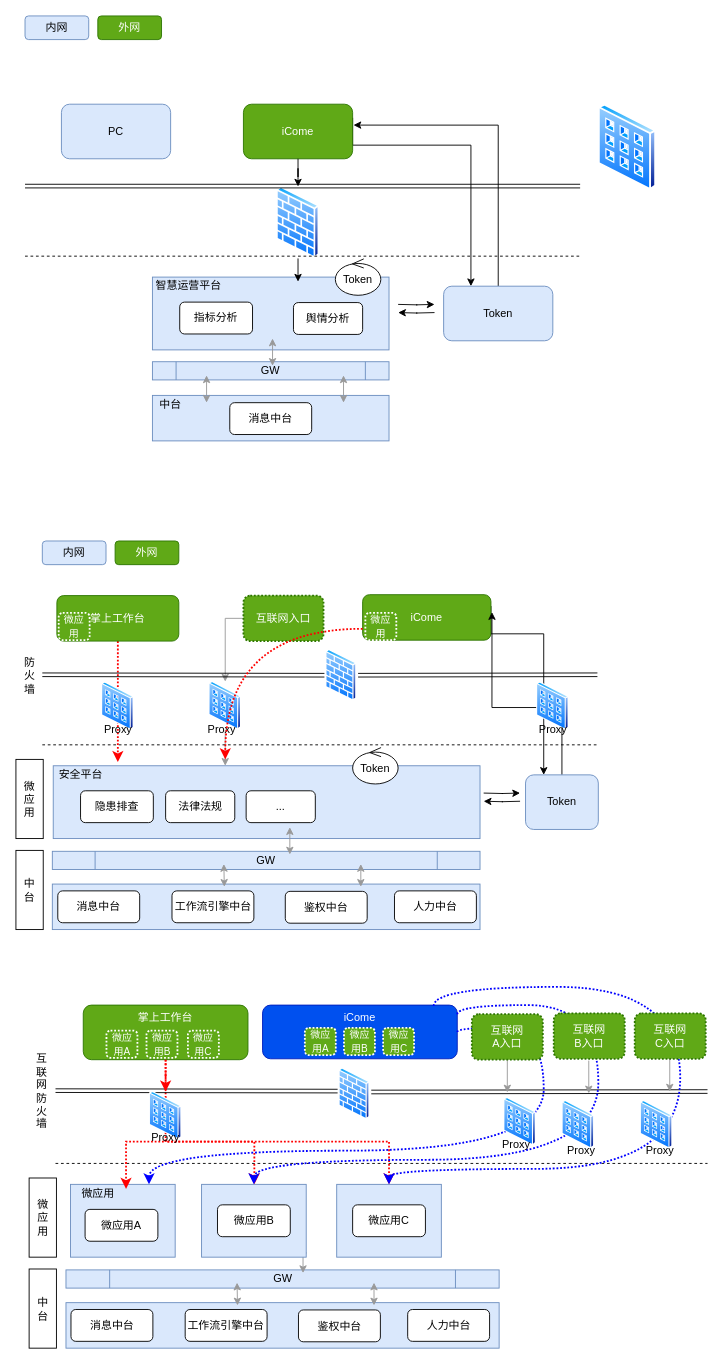
The draw.io diagram page "第 25 页" (25 of 27) of MQ服务.drawio in chinadragonsjz/project, before the edit. Source tidied: cells renumbered, new cells numbered last; positions are measured from the earlier drawing's top-left corner, leaving out a move shared by most shapes. Both pictures are drawn from the tidied source at 91%, with x=0, y=0 at pixel (15, 15).
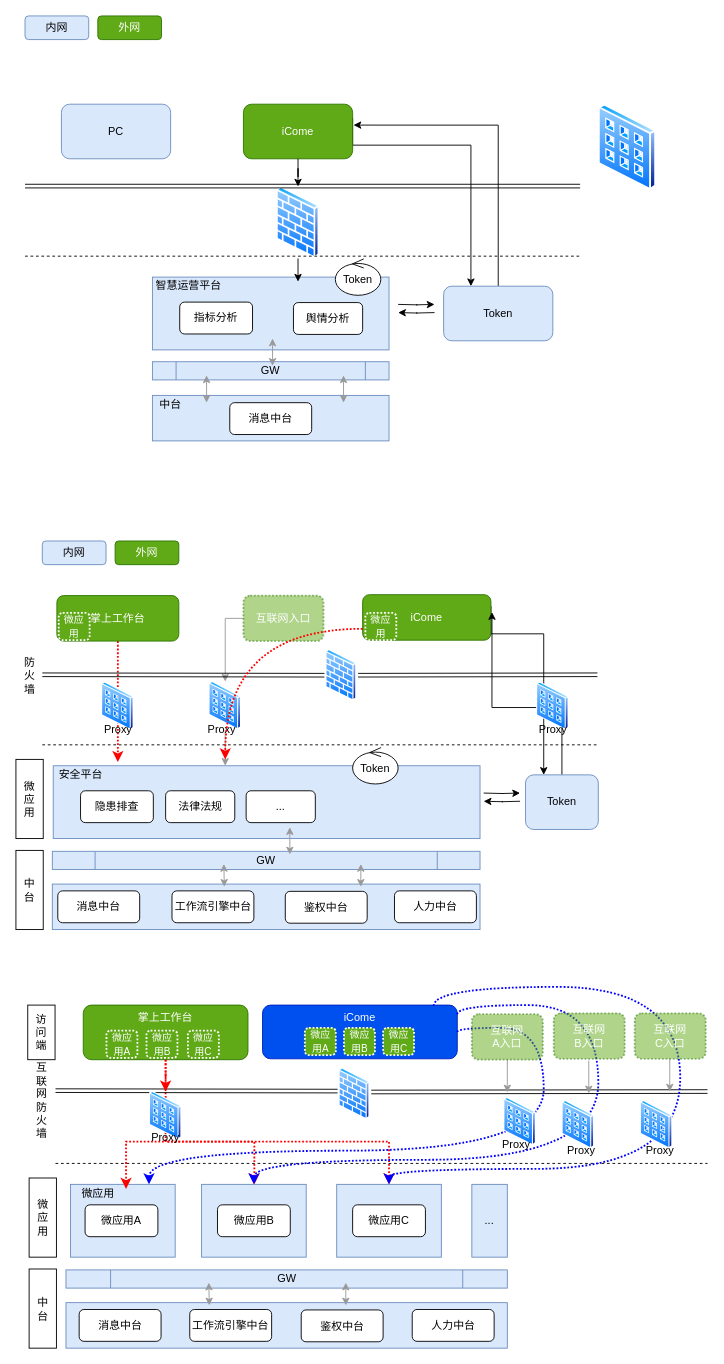
The same page after the edit.

The change refers to these unchanged cells:
```xml
<mxCell id="97" style="group;" parent="1" vertex="1">
  <mxGeometry x="59.5" y="1284" width="293" height="80" as="geometry" />
</mxCell>
```

Change to the diagram source:
```diff
@@
-    <mxCell id="69" value="互联网入口" style="rounded=1;whiteSpace=wrap;html=1;fillColor=#60a917;strokeColor=#2D7600;fontColor=#ffffff;dashed=1;strokeWidth=2;dashPattern=1 1;" parent="1" vertex="1">
+    <mxCell id="69" value="互联网入口" style="rounded=1;whiteSpace=wrap;html=1;fillColor=#60a917;strokeColor=#2D7600;fontColor=#ffffff;dashed=1;strokeWidth=2;dashPattern=1 1;opacity=50;" parent="1" vertex="1">
       <mxGeometry x="250" y="637" width="88" height="50" as="geometry" />
     </mxCell>
@@
     <mxCell id="73" style="rounded=0;whiteSpace=wrap;html=1;fillColor=#dae8fc;strokeColor=#6c8ebf;" parent="1" vertex="1">
-      <mxGeometry x="55" y="1414" width="476" height="50" as="geometry" />
+      <mxGeometry x="55" y="1414" width="485" height="50" as="geometry" />
     </mxCell>
@@
     <mxCell id="75" value="消息中台" style="rounded=1;whiteSpace=wrap;html=1;" parent="1" vertex="1">
-      <mxGeometry x="60.5" y="1421.5" width="90" height="35" as="geometry" />
+      <mxGeometry x="69.5" y="1421.5" width="90" height="35" as="geometry" />
     </mxCell>
     <mxCell id="76" value="工作流引擎中台" style="rounded=1;whiteSpace=wrap;html=1;" parent="1" vertex="1">
-      <mxGeometry x="186" y="1421.5" width="90" height="35" as="geometry" />
+      <mxGeometry x="191" y="1421.5" width="90" height="35" as="geometry" />
     </mxCell>
     <mxCell id="77" value="鉴权中台" style="rounded=1;whiteSpace=wrap;html=1;" parent="1" vertex="1">
-      <mxGeometry x="310.5" y="1422" width="90" height="35" as="geometry" />
+      <mxGeometry x="313.5" y="1422" width="90" height="35" as="geometry" />
     </mxCell>
     <mxCell id="78" value="人力中台" style="rounded=1;whiteSpace=wrap;html=1;" parent="1" vertex="1">
-      <mxGeometry x="430.5" y="1421.5" width="90" height="35" as="geometry" />
+      <mxGeometry x="435.5" y="1421.5" width="90" height="35" as="geometry" />
     </mxCell>
@@
     <mxCell id="84" value="GW" style="shape=process;whiteSpace=wrap;html=1;backgroundOutline=1;fillColor=#dae8fc;strokeColor=#6c8ebf;" parent="1" vertex="1">
-      <mxGeometry x="55" y="1378" width="476" height="20" as="geometry" />
+      <mxGeometry x="55" y="1378" width="485" height="20" as="geometry" />
     </mxCell>
     <mxCell id="85" style="endArrow=classic;startArrow=classic;html=1;strokeColor=#999999;" parent="1" edge="1">
       <mxGeometry relative="1" as="geometry">
-        <mxPoint x="243.5" y="1417" as="sourcePoint" />
-        <mxPoint x="243" y="1392" as="targetPoint" />
+        <mxPoint x="212.5" y="1417" as="sourcePoint" />
+        <mxPoint x="212" y="1392" as="targetPoint" />
       </mxGeometry>
     </mxCell>
     <mxCell id="86" style="endArrow=classic;startArrow=classic;html=1;strokeColor=#999999;" parent="1" edge="1">
       <mxGeometry relative="1" as="geometry">
-        <mxPoint x="393.5" y="1417" as="sourcePoint" />
-        <mxPoint x="393.5" y="1392" as="targetPoint" />
+        <mxPoint x="362.5" y="1417" as="sourcePoint" />
+        <mxPoint x="362.5" y="1392" as="targetPoint" />
       </mxGeometry>
     </mxCell>
-    <mxCell id="87" style="endArrow=classic;startArrow=classic;html=1;strokeColor=#999999;" parent="1" edge="1">
-      <mxGeometry relative="1" as="geometry">
-        <mxPoint x="315.5" y="1381.5" as="sourcePoint" />
-        <mxPoint x="315.5" y="1351.5" as="targetPoint" />
-      </mxGeometry>
-    </mxCell>
@@
     <mxCell id="91" value="互联网防&lt;br&gt;火&lt;br&gt;墙" style="text;html=1;strokeColor=none;fillColor=none;align=center;verticalAlign=middle;whiteSpace=wrap;rounded=0;" parent="1" vertex="1">
-      <mxGeometry x="16" y="1141" width="25" height="82" as="geometry" />
+      <mxGeometry x="16" y="1151" width="25" height="82" as="geometry" />
     </mxCell>
@@
     <mxCell id="100" value="微应用A" style="rounded=1;whiteSpace=wrap;html=1;" parent="97" vertex="1">
-      <mxGeometry x="16.5" y="27.5" width="80" height="35" as="geometry" />
+      <mxGeometry x="16.5" y="22.5" width="80" height="35" as="geometry" />
     </mxCell>
@@
-    <mxCell id="118" value="互联网&lt;br&gt;B入口" style="rounded=1;whiteSpace=wrap;html=1;fillColor=#60a917;strokeColor=#2D7600;fontColor=#ffffff;dashed=1;strokeWidth=2;dashPattern=1 1;" parent="1" vertex="1">
+    <mxCell id="118" value="互联网&lt;br&gt;B入口" style="rounded=1;whiteSpace=wrap;html=1;fillColor=#60a917;strokeColor=#2D7600;fontColor=#ffffff;dashed=1;strokeWidth=2;dashPattern=1 1;opacity=50;" parent="1" vertex="1">
       <mxGeometry x="591" y="1096" width="78" height="50" as="geometry" />
     </mxCell>
-    <mxCell id="119" value="互联网&lt;br&gt;C入口" style="rounded=1;whiteSpace=wrap;html=1;fillColor=#60a917;strokeColor=#2D7600;fontColor=#ffffff;dashed=1;strokeWidth=2;dashPattern=1 1;" parent="1" vertex="1">
+    <mxCell id="119" value="互联网&lt;br&gt;C入口" style="rounded=1;whiteSpace=wrap;html=1;fillColor=#60a917;strokeColor=#2D7600;fontColor=#ffffff;dashed=1;strokeWidth=2;dashPattern=1 1;opacity=50;" parent="1" vertex="1">
       <mxGeometry x="680" y="1096" width="78" height="50" as="geometry" />
     </mxCell>
-    <mxCell id="120" value="互联网&lt;br&gt;A入口" style="rounded=1;whiteSpace=wrap;html=1;fillColor=#60a917;strokeColor=#2D7600;fontColor=#ffffff;dashed=1;strokeWidth=2;dashPattern=1 1;" parent="1" vertex="1">
+    <mxCell id="120" value="互联网&lt;br&gt;A入口" style="rounded=1;whiteSpace=wrap;html=1;fillColor=#60a917;strokeColor=#2D7600;fontColor=#ffffff;dashed=1;strokeWidth=2;dashPattern=1 1;gradientColor=none;opacity=50;" parent="1" vertex="1">
       <mxGeometry x="501" y="1097" width="78" height="50" as="geometry" />
     </mxCell>
@@
+    <mxCell id="126" value="..." style="rounded=0;whiteSpace=wrap;html=1;fillColor=#dae8fc;strokeColor=#6c8ebf;" parent="1" vertex="1">
+      <mxGeometry x="501" y="1284" width="39" height="80" as="geometry" />
+    </mxCell>
+    <mxCell id="127" value="访&lt;br&gt;问&lt;br&gt;端" style="rounded=0;whiteSpace=wrap;html=1;" parent="1" vertex="1">
+      <mxGeometry x="13" y="1087" width="30" height="60" as="geometry" />
+    </mxCell>
```
